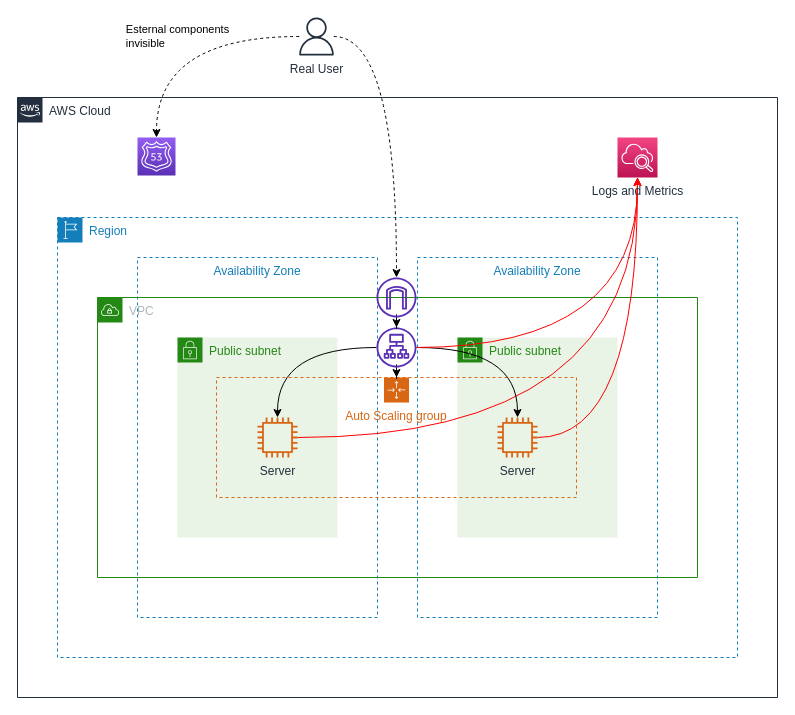
The draw.io diagram page "Page-1" (1 of 2) of workshop/static/BasicASG-with-user.drawio in aws-samples/aws-fault-injection-simulator-workshop, before the edit. Source tidied: cells renumbered, new cells numbered last; positions are measured from the earlier drawing's top-left corner, leaving out a move shared by most shapes. Both pictures are drawn from the tidied source at 100%, with x=0, y=0 at pixel (17, 17).
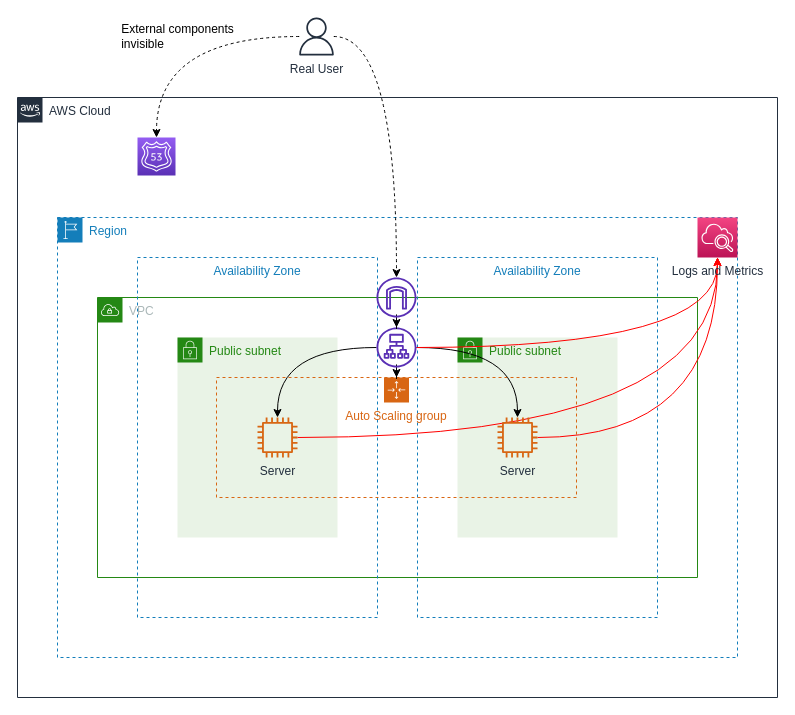
The same diagram, later.

Commit message (it also covers changes not shown here):
Fix images: typo for external, move cloudwatch into region, add external data logging visualization

Unchanged cells that the change refers to:
```xml
<mxCell id="23" value="Real User" style="outlineConnect=0;fontColor=#232F3E;gradientColor=none;fillColor=#232F3E;strokeColor=none;dashed=0;verticalLabelPosition=bottom;verticalAlign=top;align=center;html=1;fontSize=12;fontStyle=0;shape=mxgraph.aws4.user;" parent="1" vertex="1">
  <mxGeometry x="280" width="38" height="38" as="geometry" />
</mxCell>
<mxCell id="24" style="points=[[0,0,0],[0.25,0,0],[0.5,0,0],[0.75,0,0],[1,0,0],[0,1,0],[0.25,1,0],[0.5,1,0],[0.75,1,0],[1,1,0],[0,0.25,0],[0,0.5,0],[0,0.75,0],[1,0.25,0],[1,0.5,0],[1,0.75,0]];outlineConnect=0;fontColor=#232F3E;gradientColor=#945DF2;gradientDirection=north;fillColor=#5A30B5;strokeColor=#ffffff;dashed=0;verticalLabelPosition=bottom;verticalAlign=top;align=center;html=1;fontSize=12;fontStyle=0;shape=mxgraph.aws4.resourceIcon;resIcon=mxgraph.aws4.route_53;" parent="1" vertex="1">
  <mxGeometry x="120" y="120" width="38" height="38" as="geometry" />
</mxCell>
```

What changed in the source:
```diff
@@
-    <mxCell id="22" value="Esternal components&lt;br&gt;&lt;div style=&quot;text-align: left&quot;&gt;invisible&lt;/div&gt;" style="edgeStyle=orthogonalEdgeStyle;curved=1;rounded=0;jettySize=auto;html=1;dashed=1;labelBackgroundColor=none;" parent="1" edge="1" source="23" target="24">
+    <mxCell id="22" value="&lt;font style=&quot;font-size: 12px&quot;&gt;External components&lt;br&gt;&lt;/font&gt;&lt;div style=&quot;text-align: left ; font-size: 12px&quot;&gt;&lt;font style=&quot;font-size: 12px&quot;&gt;invisible&lt;/font&gt;&lt;/div&gt;" style="edgeStyle=orthogonalEdgeStyle;curved=1;rounded=0;jettySize=auto;html=1;dashed=1;labelBackgroundColor=none;" parent="1" edge="1" source="23" target="24">
       <mxGeometry relative="1" as="geometry" />
     </mxCell>
@@
     <mxCell id="25" value="Logs and Metrics" style="points=[[0,0,0],[0.25,0,0],[0.5,0,0],[0.75,0,0],[1,0,0],[0,1,0],[0.25,1,0],[0.5,1,0],[0.75,1,0],[1,1,0],[0,0.25,0],[0,0.5,0],[0,0.75,0],[1,0.25,0],[1,0.5,0],[1,0.75,0]];points=[[0,0,0],[0.25,0,0],[0.5,0,0],[0.75,0,0],[1,0,0],[0,1,0],[0.25,1,0],[0.5,1,0],[0.75,1,0],[1,1,0],[0,0.25,0],[0,0.5,0],[0,0.75,0],[1,0.25,0],[1,0.5,0],[1,0.75,0]];outlineConnect=0;fontColor=#232F3E;gradientColor=#F34482;gradientDirection=north;fillColor=#BC1356;strokeColor=#ffffff;dashed=0;verticalLabelPosition=bottom;verticalAlign=top;align=center;html=1;fontSize=12;fontStyle=0;shape=mxgraph.aws4.resourceIcon;resIcon=mxgraph.aws4.cloudwatch_2;" parent="1" vertex="1">
-      <mxGeometry x="600" y="120" width="40" height="40" as="geometry" />
+      <mxGeometry x="680" y="200" width="40" height="40" as="geometry" />
     </mxCell>
```
